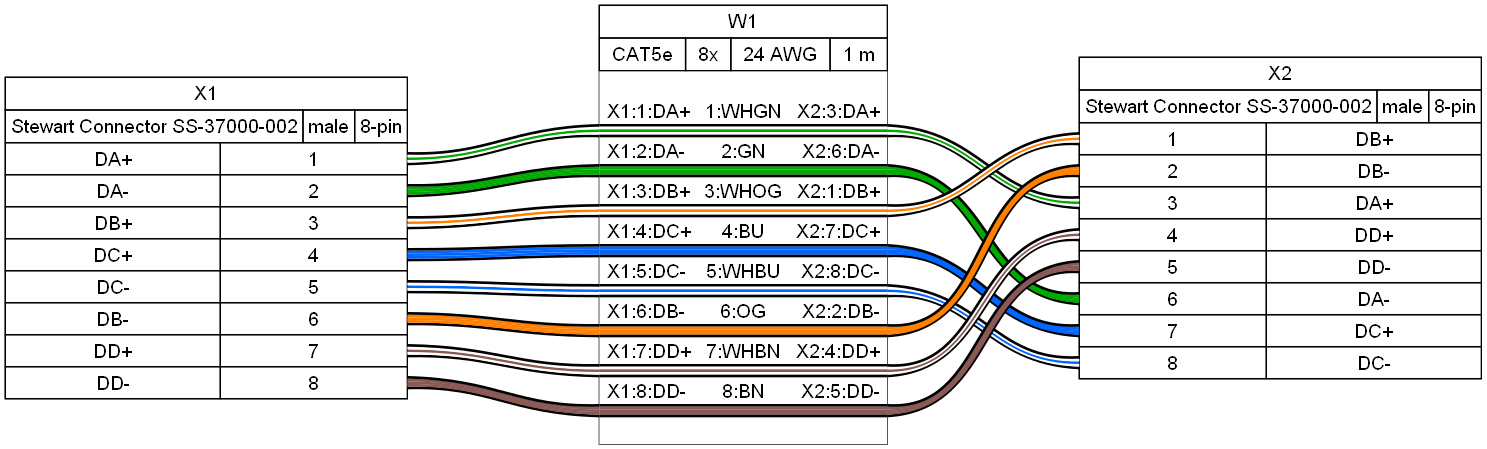
This is examples/ex10.png from wireviz/WireViz, a Graphviz export, as it was before one commit. Its source is kept beside it as examples/ex10.gv.
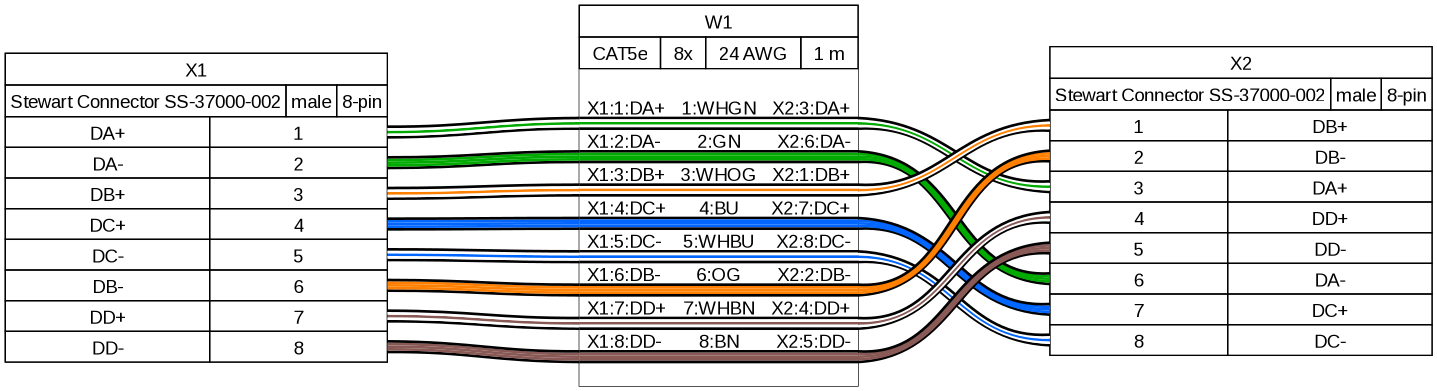
Later version of the same file.

Change to the diagram source:
```diff
@@ -29,42 +29,34 @@
    <table border="0" cellborder="1" cellpadding="3" cellspacing="0">
     <tr>
      <td>DA+</td>
-     []
      <td port="p1r">1</td>
     </tr>
     <tr>
      <td>DA-</td>
-     []
      <td port="p2r">2</td>
     </tr>
     <tr>
      <td>DB+</td>
-     []
      <td port="p3r">3</td>
     </tr>
     <tr>
      <td>DC+</td>
-     []
      <td port="p4r">4</td>
     </tr>
     <tr>
      <td>DC-</td>
-     []
      <td port="p5r">5</td>
     </tr>
     <tr>
      <td>DB-</td>
-     []
      <td port="p6r">6</td>
     </tr>
     <tr>
      <td>DD+</td>
-     []
      <td port="p7r">7</td>
     </tr>
     <tr>
      <td>DD-</td>
-     []
      <td port="p8r">8</td>
     </tr>
    </table>
@@ -100,42 +92,34 @@
     <tr>
      <td port="p1l">1</td>
      <td>DB+</td>
-     []
     </tr>
     <tr>
      <td port="p2l">2</td>
      <td>DB-</td>
-     []
     </tr>
     <tr>
      <td port="p3l">3</td>
      <td>DA+</td>
-     []
     </tr>
     <tr>
      <td port="p4l">4</td>
      <td>DD+</td>
-     []
     </tr>
     <tr>
      <td port="p5l">5</td>
      <td>DD-</td>
-     []
     </tr>
     <tr>
      <td port="p6l">6</td>
      <td>DA-</td>
-     []
     </tr>
     <tr>
      <td port="p7l">7</td>
      <td>DC+</td>
-     []
     </tr>
     <tr>
      <td port="p8l">8</td>
      <td>DC-</td>
-     []
     </tr>
    </table>
   </td>
@@ -179,25 +163,7 @@
      <td align="right">X2:3:DA+ </td>
     </tr>
     <tr>
-     <td border="0" cellspacing="0" cellpadding="0" colspan="5" height="10" port="w1">
-      <table border="0" cellborder="0" cellspacing="0">
-       <tr>
-        <td bgcolor="#FFFFFF" border="0" cellpadding="0" colspan="5" height="2"></td>
-       </tr>
-       <tr>
-        <td bgcolor="#FFFFFF" border="0" cellpadding="0" colspan="5" height="2"></td>
-       </tr>
-       <tr>
-        <td bgcolor="#FFFFFF" border="0" cellpadding="0" colspan="5" height="2"></td>
-       </tr>
-       <tr>
-        <td bgcolor="#FFFFFF" border="0" cellpadding="0" colspan="5" height="2"></td>
-       </tr>
-       <tr>
-        <td bgcolor="#FFFFFF" border="0" cellpadding="0" colspan="5" height="2"></td>
-       </tr>
-      </table>
-     </td>
+     <td border="0" cellspacing="0" cellpadding="0" colspan="5" height="6" port="w1"></td>
     </tr>
     <tr>
      <td align="left"> X1:2:DA-</td>
@@ -207,25 +173,7 @@
      <td align="right">X2:6:DA- </td>
     </tr>
     <tr>
-     <td border="0" cellspacing="0" cellpadding="0" colspan="5" height="10" port="w2">
-      <table border="0" cellborder="0" cellspacing="0">
-       <tr>
-        <td bgcolor="#FFFFFF" border="0" cellpadding="0" colspan="5" height="2"></td>
-       </tr>
-       <tr>
-        <td bgcolor="#FFFFFF" border="0" cellpadding="0" colspan="5" height="2"></td>
-       </tr>
-       <tr>
-        <td bgcolor="#FFFFFF" border="0" cellpadding="0" colspan="5" height="2"></td>
-       </tr>
-       <tr>
-        <td bgcolor="#FFFFFF" border="0" cellpadding="0" colspan="5" height="2"></td>
-       </tr>
-       <tr>
-        <td bgcolor="#FFFFFF" border="0" cellpadding="0" colspan="5" height="2"></td>
-       </tr>
-      </table>
-     </td>
+     <td border="0" cellspacing="0" cellpadding="0" colspan="5" height="6" port="w2"></td>
     </tr>
     <tr>
      <td align="left"> X1:3:DB+</td>
@@ -235,25 +183,7 @@
      <td align="right">X2:1:DB+ </td>
     </tr>
     <tr>
-     <td border="0" cellspacing="0" cellpadding="0" colspan="5" height="10" port="w3">
-      <table border="0" cellborder="0" cellspacing="0">
-       <tr>
-        <td bgcolor="#FFFFFF" border="0" cellpadding="0" colspan="5" height="2"></td>
-       </tr>
-       <tr>
-        <td bgcolor="#FFFFFF" border="0" cellpadding="0" colspan="5" height="2"></td>
-       </tr>
-       <tr>
-        <td bgcolor="#FFFFFF" border="0" cellpadding="0" colspan="5" height="2"></td>
-       </tr>
-       <tr>
-        <td bgcolor="#FFFFFF" border="0" cellpadding="0" colspan="5" height="2"></td>
-       </tr>
-       <tr>
-        <td bgcolor="#FFFFFF" border="0" cellpadding="0" colspan="5" height="2"></td>
-       </tr>
-      </table>
-     </td>
+     <td border="0" cellspacing="0" cellpadding="0" colspan="5" height="6" port="w3"></td>
     </tr>
     <tr>
      <td align="left"> X1:4:DC+</td>
@@ -263,25 +193,7 @@
      <td align="right">X2:7:DC+ </td>
     </tr>
     <tr>
-     <td border="0" cellspacing="0" cellpadding="0" colspan="5" height="10" port="w4">
-      <table border="0" cellborder="0" cellspacing="0">
-       <tr>
-        <td bgcolor="#FFFFFF" border="0" cellpadding="0" colspan="5" height="2"></td>
-       </tr>
-       <tr>
-        <td bgcolor="#FFFFFF" border="0" cellpadding="0" colspan="5" height="2"></td>
-       </tr>
-       <tr>
-        <td bgcolor="#FFFFFF" border="0" cellpadding="0" colspan="5" height="2"></td>
-       </tr>
-       <tr>
-        <td bgcolor="#FFFFFF" border="0" cellpadding="0" colspan="5" height="2"></td>
-       </tr>
-       <tr>
-        <td bgcolor="#FFFFFF" border="0" cellpadding="0" colspan="5" height="2"></td>
-       </tr>
-      </table>
-     </td>
+     <td border="0" cellspacing="0" cellpadding="0" colspan="5" height="6" port="w4"></td>
     </tr>
     <tr>
      <td align="left"> X1:5:DC-</td>
@@ -291,25 +203,7 @@
      <td align="right">X2:8:DC- </td>
     </tr>
     <tr>
-     <td border="0" cellspacing="0" cellpadding="0" colspan="5" height="10" port="w5">
-      <table border="0" cellborder="0" cellspacing="0">
-       <tr>
-        <td bgcolor="#FFFFFF" border="0" cellpadding="0" colspan="5" height="2"></td>
-       </tr>
-       <tr>
-        <td bgcolor="#FFFFFF" border="0" cellpadding="0" colspan="5" height="2"></td>
-       </tr>
-       <tr>
-        <td bgcolor="#FFFFFF" border="0" cellpadding="0" colspan="5" height="2"></td>
-       </tr>
-       <tr>
-        <td bgcolor="#FFFFFF" border="0" cellpadding="0" colspan="5" height="2"></td>
-       </tr>
-       <tr>
-        <td bgcolor="#FFFFFF" border="0" cellpadding="0" colspan="5" height="2"></td>
-       </tr>
-      </table>
-     </td>
+     <td border="0" cellspacing="0" cellpadding="0" colspan="5" height="6" port="w5"></td>
     </tr>
     <tr>
      <td align="left"> X1:6:DB-</td>
@@ -319,25 +213,7 @@
      <td align="right">X2:2:DB- </td>
     </tr>
     <tr>
-     <td border="0" cellspacing="0" cellpadding="0" colspan="5" height="10" port="w6">
-      <table border="0" cellborder="0" cellspacing="0">
-       <tr>
-        <td bgcolor="#FFFFFF" border="0" cellpadding="0" colspan="5" height="2"></td>
-       </tr>
-       <tr>
-        <td bgcolor="#FFFFFF" border="0" cellpadding="0" colspan="5" height="2"></td>
-       </tr>
-       <tr>
-        <td bgcolor="#FFFFFF" border="0" cellpadding="0" colspan="5" height="2"></td>
-       </tr>
-       <tr>
-        <td bgcolor="#FFFFFF" border="0" cellpadding="0" colspan="5" height="2"></td>
-       </tr>
-       <tr>
-        <td bgcolor="#FFFFFF" border="0" cellpadding="0" colspan="5" height="2"></td>
-       </tr>
-      </table>
-     </td>
+     <td border="0" cellspacing="0" cellpadding="0" colspan="5" height="6" port="w6"></td>
     </tr>
     <tr>
      <td align="left"> X1:7:DD+</td>
@@ -347,25 +223,7 @@
      <td align="right">X2:4:DD+ </td>
     </tr>
     <tr>
-     <td border="0" cellspacing="0" cellpadding="0" colspan="5" height="10" port="w7">
-      <table border="0" cellborder="0" cellspacing="0">
-       <tr>
-        <td bgcolor="#FFFFFF" border="0" cellpadding="0" colspan="5" height="2"></td>
-       </tr>
-       <tr>
-        <td bgcolor="#FFFFFF" border="0" cellpadding="0" colspan="5" height="2"></td>
-       </tr>
-       <tr>
-        <td bgcolor="#FFFFFF" border="0" cellpadding="0" colspan="5" height="2"></td>
-       </tr>
-       <tr>
-        <td bgcolor="#FFFFFF" border="0" cellpadding="0" colspan="5" height="2"></td>
-       </tr>
-       <tr>
-        <td bgcolor="#FFFFFF" border="0" cellpadding="0" colspan="5" height="2"></td>
-       </tr>
-      </table>
-     </td>
+     <td border="0" cellspacing="0" cellpadding="0" colspan="5" height="6" port="w7"></td>
     </tr>
     <tr>
      <td align="left"> X1:8:DD-</td>
@@ -375,25 +233,7 @@
      <td align="right">X2:5:DD- </td>
     </tr>
     <tr>
-     <td border="0" cellspacing="0" cellpadding="0" colspan="5" height="10" port="w8">
-      <table border="0" cellborder="0" cellspacing="0">
-       <tr>
-        <td bgcolor="#FFFFFF" border="0" cellpadding="0" colspan="5" height="2"></td>
-       </tr>
-       <tr>
-        <td bgcolor="#FFFFFF" border="0" cellpadding="0" colspan="5" height="2"></td>
-       </tr>
-       <tr>
-        <td bgcolor="#FFFFFF" border="0" cellpadding="0" colspan="5" height="2"></td>
-       </tr>
-       <tr>
-        <td bgcolor="#FFFFFF" border="0" cellpadding="0" colspan="5" height="2"></td>
-       </tr>
-       <tr>
-        <td bgcolor="#FFFFFF" border="0" cellpadding="0" colspan="5" height="2"></td>
-       </tr>
-      </table>
-     </td>
+     <td border="0" cellspacing="0" cellpadding="0" colspan="5" height="6" port="w8"></td>
     </tr>
     <tr>
      <td>&nbsp;</td>
```
